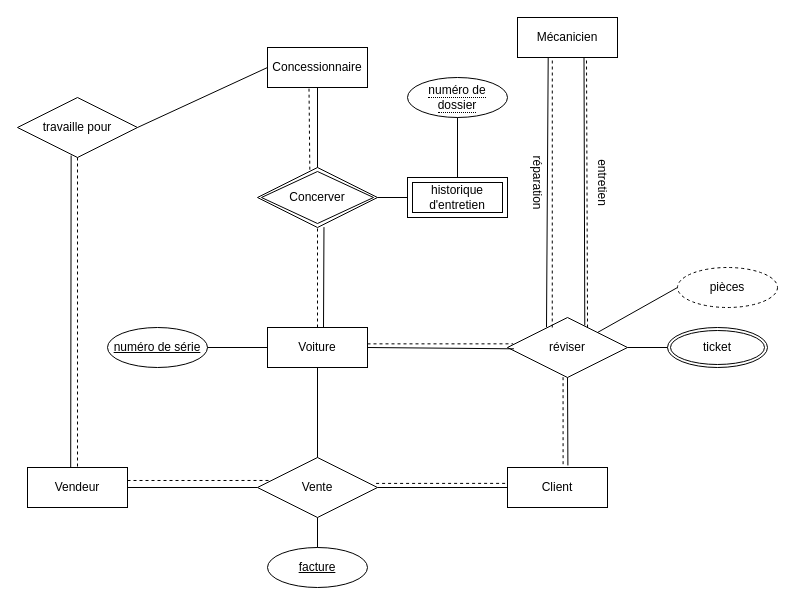
The draw.io diagram page "Question 2" (2 of 4) of IFT2935-devoir1.drawio in aloNe-G40/IFT2935-Devoir-1, before the edit. Source tidied: cells renumbered, new cells numbered last; positions are measured from the earlier drawing's top-left corner, leaving out a move shared by most shapes. Both pictures are drawn from the tidied source at 100%, with x=0, y=0 at pixel (17, 17).
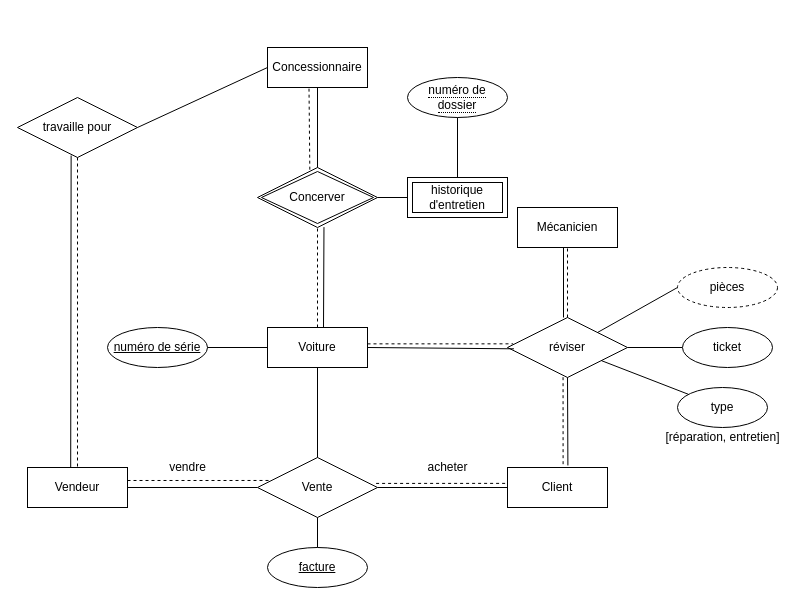
After the change.

The change refers to these unchanged cells:
```xml
<mxCell id="9" value="réviser" style="shape=rhombus;perimeter=rhombusPerimeter;whiteSpace=wrap;html=1;align=center;" parent="1" vertex="1">
  <mxGeometry x="490" y="300" width="120" height="60" as="geometry" />
</mxCell>
```

The edit, as a diff of the source:
```diff
@@
-    <mxCell id="23" value="ticket" style="ellipse;shape=doubleEllipse;margin=3;whiteSpace=wrap;html=1;align=center;" parent="1" vertex="1">
-      <mxGeometry x="650" y="310" width="100" height="40" as="geometry" />
-    </mxCell>
@@
-    <mxCell id="26" value="Mécanicien" style="whiteSpace=wrap;html=1;align=center;" parent="1" vertex="1">
-      <mxGeometry x="500" width="100" height="40" as="geometry" />
-    </mxCell>
-    <mxCell id="27" style="endArrow=none;html=1;rounded=0;entryX=0.665;entryY=1.013;entryDx=0;entryDy=0;entryPerimeter=0;exitX=0.644;exitY=0.133;exitDx=0;exitDy=0;exitPerimeter=0;" parent="1" edge="1" source="9" target="26">
-      <mxGeometry relative="1" as="geometry" />
-    </mxCell>
-    <mxCell id="28" style="endArrow=none;dashed=1;html=1;rounded=0;entryX=0.69;entryY=1.013;entryDx=0;entryDy=0;exitX=0.667;exitY=0.167;exitDx=0;exitDy=0;exitPerimeter=0;entryPerimeter=0;" parent="1" edge="1" source="9" target="26">
-      <mxGeometry relative="1" as="geometry" />
-    </mxCell>
@@
-    <mxCell id="41" style="endArrow=none;html=1;rounded=0;entryX=0.307;entryY=1.013;entryDx=0;entryDy=0;exitX=0.325;exitY=0.161;exitDx=0;exitDy=0;exitPerimeter=0;entryPerimeter=0;" parent="1" edge="1" source="9" target="26">
-      <mxGeometry relative="1" as="geometry" />
-    </mxCell>
-    <mxCell id="42" style="endArrow=none;dashed=1;html=1;rounded=0;entryX=0.348;entryY=1.013;entryDx=0;entryDy=0;entryPerimeter=0;exitX=0.373;exitY=0.167;exitDx=0;exitDy=0;exitPerimeter=0;" parent="1" edge="1" source="9" target="26">
-      <mxGeometry relative="1" as="geometry" />
-    </mxCell>
-    <mxCell id="43" value="entretien" style="text;html=1;align=center;verticalAlign=middle;strokeColor=none;fillColor=none;rotation=90;" parent="1" vertex="1">
-      <mxGeometry x="550" y="150" width="70" height="30" as="geometry" />
-    </mxCell>
-    <mxCell id="44" value="réparation" style="text;html=1;align=center;verticalAlign=middle;strokeColor=none;fillColor=none;rotation=90;" parent="1" vertex="1">
-      <mxGeometry x="480" y="150" width="80" height="30" as="geometry" />
-    </mxCell>
+    <mxCell id="45" value="vendre" style="text;html=1;align=center;verticalAlign=middle;strokeColor=none;fillColor=none;" parent="1" vertex="1">
+      <mxGeometry x="140" y="435" width="60" height="30" as="geometry" />
+    </mxCell>
+    <mxCell id="46" value="acheter" style="text;html=1;align=center;verticalAlign=middle;strokeColor=none;fillColor=none;" parent="1" vertex="1">
+      <mxGeometry x="400" y="435" width="60" height="30" as="geometry" />
+    </mxCell>
+    <mxCell id="47" style="endArrow=none;html=1;rounded=0;" parent="1" edge="1" source="9" target="48">
+      <mxGeometry relative="1" as="geometry" />
+    </mxCell>
+    <mxCell id="48" value="type" style="ellipse;whiteSpace=wrap;html=1;" parent="1" vertex="1">
+      <mxGeometry x="660" y="370" width="90" height="40" as="geometry" />
+    </mxCell>
+    <mxCell id="49" value="[réparation, entretien]" style="text;html=1;align=center;verticalAlign=middle;strokeColor=none;fillColor=none;" parent="1" vertex="1">
+      <mxGeometry x="635" y="405" width="140" height="30" as="geometry" />
+    </mxCell>
+    <mxCell id="50" style="endArrow=none;html=1;rounded=0;entryX=0.46;entryY=0.975;entryDx=0;entryDy=0;entryPerimeter=0;" parent="1" edge="1" target="26">
+      <mxGeometry relative="1" as="geometry">
+        <mxPoint x="546" y="300" as="sourcePoint" />
+      </mxGeometry>
+    </mxCell>
+    <mxCell id="26" value="Mécanicien" style="whiteSpace=wrap;html=1;align=center;" parent="1" vertex="1">
+      <mxGeometry x="500" y="190" width="100" height="40" as="geometry" />
+    </mxCell>
+    <mxCell id="51" style="endArrow=none;dashed=1;html=1;rounded=0;entryX=0.5;entryY=1;entryDx=0;entryDy=0;exitX=0.5;exitY=0;exitDx=0;exitDy=0;" parent="1" edge="1" source="9" target="26">
+      <mxGeometry relative="1" as="geometry" />
+    </mxCell>
+    <mxCell id="23" value="ticket" style="ellipse;whiteSpace=wrap;html=1;" parent="1" vertex="1">
+      <mxGeometry x="665" y="310" width="90" height="40" as="geometry" />
+    </mxCell>
```
